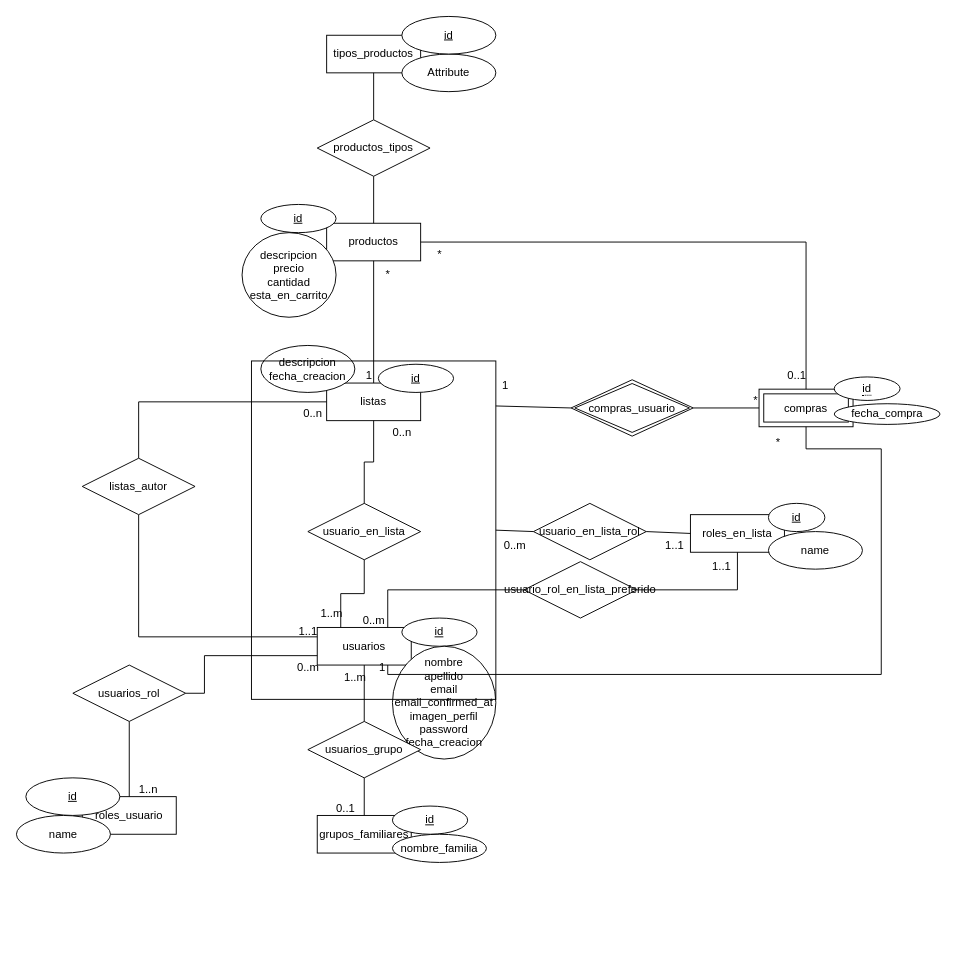
Above: DER.drawio in eghar2001/Soporte-TareaROI (draw.io), before the change. Source tidied: cells renumbered, new cells numbered last; positions are measured from the earlier drawing's top-left corner, leaving out a move shared by most shapes. Both pictures are drawn from the tidied source at 94%, with x=0, y=0 at pixel (16, 16).
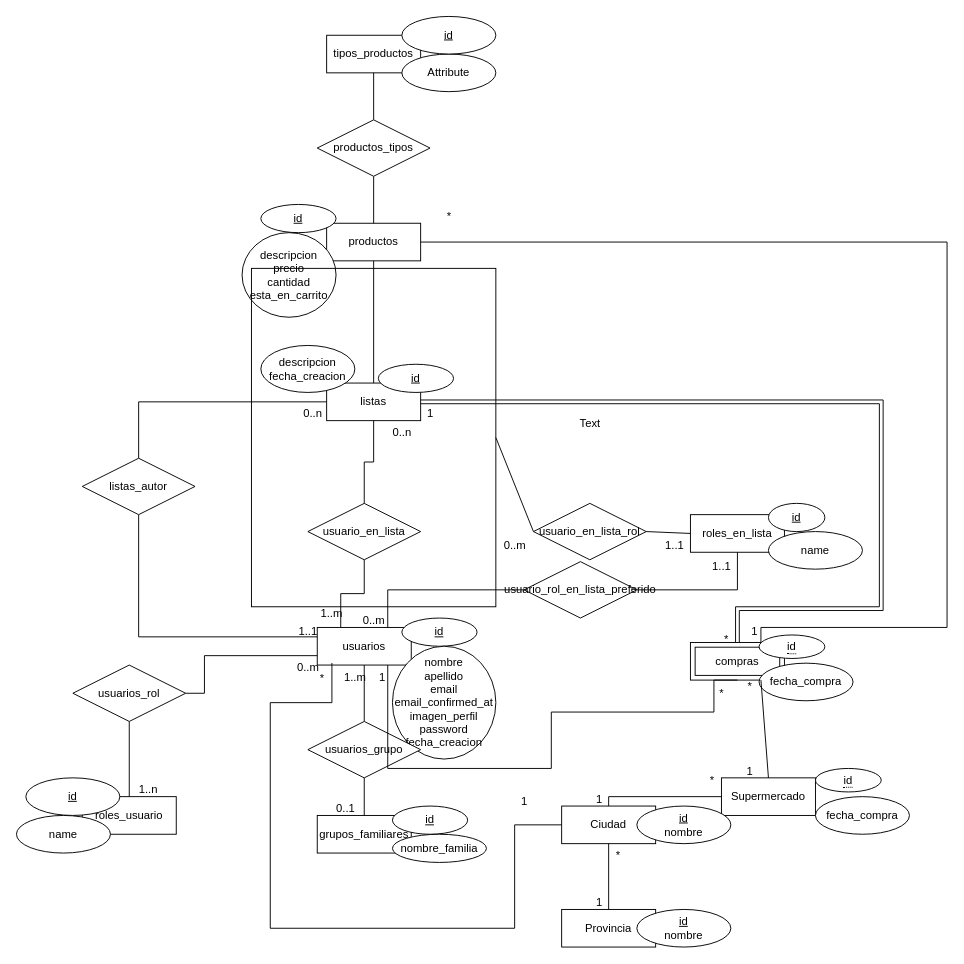
Above is the later version.

The change refers to these unchanged cells:
```xml
<mxCell id="2" value="productos" style="whiteSpace=wrap;html=1;align=center;" parent="1" vertex="1">
  <mxGeometry x="330" y="220" width="100" height="40" as="geometry" />
</mxCell>
<mxCell id="5" value="listas" style="whiteSpace=wrap;html=1;align=center;" parent="1" vertex="1">
  <mxGeometry x="330" y="390" width="100" height="40" as="geometry" />
</mxCell>
<mxCell id="11" value="usuarios" style="whiteSpace=wrap;html=1;align=center;" parent="1" vertex="1">
  <mxGeometry x="320" y="650" width="100" height="40" as="geometry" />
</mxCell>
<mxCell id="36" value="1..m" style="text;html=1;align=center;verticalAlign=middle;points=[];strokeColor=none;fillColor=none;" parent="1" vertex="1">
  <mxGeometry x="335" y="688" width="50" height="30" as="geometry" />
</mxCell>
```

What changed in the source:
```diff
@@
     <mxCell id="38" style="rounded=0;whiteSpace=wrap;html=1;fillColor=none;" parent="1" vertex="1">
-      <mxGeometry x="250" y="366.5" width="260" height="360" as="geometry" />
+      <mxGeometry x="250" y="268" width="260" height="360" as="geometry" />
     </mxCell>
@@
     <mxCell id="58" value="compras" style="shape=ext;margin=3;double=1;whiteSpace=wrap;html=1;align=center;" parent="1" vertex="1">
-      <mxGeometry x="790" y="396.5" width="100" height="40" as="geometry" />
+      <mxGeometry x="717" y="666" width="100" height="40" as="geometry" />
     </mxCell>
     <mxCell id="59" value="&lt;span style=&quot;border-bottom: 1px dotted&quot;&gt;id&lt;/span&gt;" style="ellipse;whiteSpace=wrap;html=1;align=center;" parent="1" vertex="1">
-      <mxGeometry x="870" y="383.5" width="70" height="25" as="geometry" />
+      <mxGeometry x="790" y="658" width="70" height="25" as="geometry" />
     </mxCell>
-    <mxCell id="60" style="endArrow=none;html=1;rounded=0;entryX=0;entryY=0.5;entryDx=0;entryDy=0;exitX=1;exitY=0.5;exitDx=0;exitDy=0;" parent="1" edge="1" source="63" target="58">
-      <mxGeometry relative="1" as="geometry" />
-    </mxCell>
-    <mxCell id="61" value="*" style="html=1;whiteSpace=wrap;align=right;verticalAlign=bottom;" parent="60" vertex="1">
-      <mxGeometry x="1" relative="1" as="geometry" />
-    </mxCell>
-    <mxCell id="62" style="endArrow=none;html=1;rounded=0;entryX=0;entryY=0.5;entryDx=0;entryDy=0;exitX=1;exitY=0.133;exitDx=0;exitDy=0;exitPerimeter=0;" parent="1" edge="1" source="38" target="63">
-      <mxGeometry relative="1" as="geometry" />
-    </mxCell>
-    <mxCell id="63" value="compras_usuario" style="shape=rhombus;double=1;perimeter=rhombusPerimeter;whiteSpace=wrap;html=1;align=center;" parent="1" vertex="1">
-      <mxGeometry x="590" y="386.5" width="130" height="60" as="geometry" />
-    </mxCell>
-    <mxCell id="64" value="1" style="text;html=1;align=center;verticalAlign=middle;strokeColor=none;fillColor=none;" parent="1" vertex="1">
-      <mxGeometry x="505" y="378" width="30" height="30" as="geometry" />
-    </mxCell>
-    <mxCell id="65" value="fecha_compra" style="ellipse;whiteSpace=wrap;html=1;align=center;" parent="1" vertex="1">
-      <mxGeometry x="870" y="412" width="112.5" height="22" as="geometry" />
-    </mxCell>
+    <mxCell id="74" value="fecha_compra" style="ellipse;whiteSpace=wrap;html=1;align=center;" parent="1" vertex="1">
+      <mxGeometry x="790" y="688" width="100" height="40" as="geometry" />
+    </mxCell>
+    <mxCell id="75" style="endArrow=none;html=1;rounded=0;entryX=0.5;entryY=0;entryDx=0;entryDy=0;exitX=1;exitY=0.5;exitDx=0;exitDy=0;edgeStyle=orthogonalEdgeStyle;shape=link;" parent="1" edge="1" source="5" target="58">
+      <mxGeometry relative="1" as="geometry">
+        <Array as="points">
+          <mxPoint x="920" y="410" />
+          <mxPoint x="920" y="630" />
+          <mxPoint x="767" y="630" />
+        </Array>
+      </mxGeometry>
+    </mxCell>
+    <mxCell id="76" style="endArrow=none;html=1;rounded=0;exitX=0.5;exitY=1;exitDx=0;exitDy=0;entryX=0.75;entryY=1;entryDx=0;entryDy=0;edgeStyle=orthogonalEdgeStyle;" parent="1" edge="1" source="58" target="11">
+      <mxGeometry relative="1" as="geometry">
+        <Array as="points">
+          <mxPoint x="742" y="706" />
+          <mxPoint x="742" y="740" />
+          <mxPoint x="569" y="740" />
+          <mxPoint x="569" y="800" />
+          <mxPoint x="395" y="800" />
+        </Array>
+      </mxGeometry>
+    </mxCell>
+    <mxCell id="77" value="1" style="text;html=1;align=center;verticalAlign=middle;strokeColor=none;fillColor=none;" parent="1" vertex="1">
+      <mxGeometry x="425" y="408" width="30" height="30" as="geometry" />
+    </mxCell>
+    <mxCell id="78" value="*" style="text;html=1;align=center;verticalAlign=middle;strokeColor=none;fillColor=none;" parent="1" vertex="1">
+      <mxGeometry x="740" y="648" width="30" height="30" as="geometry" />
+    </mxCell>
+    <mxCell id="79" value="1" style="text;html=1;align=center;verticalAlign=middle;strokeColor=none;fillColor=none;" parent="1" vertex="1">
+      <mxGeometry x="374" y="688" width="30" height="30" as="geometry" />
+    </mxCell>
+    <mxCell id="80" value="*" style="text;html=1;align=center;verticalAlign=middle;strokeColor=none;fillColor=none;" parent="1" vertex="1">
+      <mxGeometry x="735" y="706" width="30" height="30" as="geometry" />
+    </mxCell>
+    <mxCell id="81" value="&lt;blockquote style=&quot;margin: 0 0 0 40px; border: none; padding: 0px;&quot;&gt;Text&lt;/blockquote&gt;" style="text;html=1;align=center;verticalAlign=middle;strokeColor=none;fillColor=none;" parent="1" vertex="1">
+      <mxGeometry x="545" y="418" width="90" height="30" as="geometry" />
+    </mxCell>
+    <mxCell id="82" value="Supermercado" style="whiteSpace=wrap;html=1;align=center;" parent="1" vertex="1">
+      <mxGeometry x="750" y="810" width="100" height="40" as="geometry" />
+    </mxCell>
+    <mxCell id="83" style="endArrow=none;html=1;rounded=0;exitX=0.5;exitY=0;exitDx=0;exitDy=0;entryX=0.75;entryY=1;entryDx=0;entryDy=0;" parent="1" edge="1" source="82" target="58">
+      <mxGeometry relative="1" as="geometry" />
+    </mxCell>
+    <mxCell id="84" value="&lt;span style=&quot;border-bottom: 1px dotted&quot;&gt;id&lt;/span&gt;" style="ellipse;whiteSpace=wrap;html=1;align=center;" parent="1" vertex="1">
+      <mxGeometry x="850" y="800" width="70" height="25" as="geometry" />
+    </mxCell>
+    <mxCell id="85" value="fecha_compra" style="ellipse;whiteSpace=wrap;html=1;align=center;" parent="1" vertex="1">
+      <mxGeometry x="850" y="830" width="100" height="40" as="geometry" />
+    </mxCell>
-    <mxCell id="66" style="endArrow=none;html=1;rounded=0;exitX=1;exitY=0.5;exitDx=0;exitDy=0;entryX=0.5;entryY=0;entryDx=0;entryDy=0;edgeStyle=orthogonalEdgeStyle;" parent="1" edge="1" source="2" target="58">
-      <mxGeometry relative="1" as="geometry" />
+    <mxCell id="66" style="endArrow=none;html=1;rounded=0;entryX=0.75;entryY=0;entryDx=0;entryDy=0;exitX=1;exitY=0.5;exitDx=0;exitDy=0;edgeStyle=orthogonalEdgeStyle;" parent="1" edge="1" source="2" target="58">
+      <mxGeometry relative="1" as="geometry">
+        <Array as="points">
+          <mxPoint x="990" y="240" />
+          <mxPoint x="990" y="650" />
+          <mxPoint x="792" y="650" />
+        </Array>
+      </mxGeometry>
     </mxCell>
-    <mxCell id="67" value="*" style="text;html=1;align=center;verticalAlign=middle;strokeColor=none;fillColor=none;" parent="1" vertex="1">
-      <mxGeometry x="380" y="260" width="30" height="30" as="geometry" />
-    </mxCell>
-    <mxCell id="68" value="1" style="text;html=1;align=center;verticalAlign=middle;strokeColor=none;fillColor=none;" parent="1" vertex="1">
-      <mxGeometry x="360" y="366.5" width="30" height="30" as="geometry" />
-    </mxCell>
-    <mxCell id="69" value="*" style="text;html=1;align=center;verticalAlign=middle;strokeColor=none;fillColor=none;" parent="1" vertex="1">
-      <mxGeometry x="435" y="238" width="30" height="30" as="geometry" />
-    </mxCell>
-    <mxCell id="70" value="0..1" style="text;html=1;align=center;verticalAlign=middle;strokeColor=none;fillColor=none;" parent="1" vertex="1">
-      <mxGeometry x="810" y="366.5" width="40" height="30" as="geometry" />
-    </mxCell>
-    <mxCell id="71" style="endArrow=none;html=1;rounded=0;entryX=0.5;entryY=1;entryDx=0;entryDy=0;exitX=0.75;exitY=1;exitDx=0;exitDy=0;edgeStyle=orthogonalEdgeStyle;" parent="1" edge="1" source="11" target="58">
-      <mxGeometry relative="1" as="geometry">
-        <Array as="points">
-          <mxPoint x="395" y="700" />
-          <mxPoint x="920" y="700" />
-          <mxPoint x="920" y="460" />
-          <mxPoint x="840" y="460" />
-        </Array>
-      </mxGeometry>
-    </mxCell>
-    <mxCell id="72" value="*" style="text;html=1;align=center;verticalAlign=middle;strokeColor=none;fillColor=none;" parent="1" vertex="1">
-      <mxGeometry x="795" y="438" width="30" height="30" as="geometry" />
-    </mxCell>
-    <mxCell id="73" value="1" style="text;html=1;align=center;verticalAlign=middle;strokeColor=none;fillColor=none;" parent="1" vertex="1">
-      <mxGeometry x="374" y="678" width="30" height="30" as="geometry" />
-    </mxCell>
+    <mxCell id="86" value="*" style="text;html=1;align=center;verticalAlign=middle;strokeColor=none;fillColor=none;" parent="1" vertex="1">
+      <mxGeometry x="445" y="198" width="30" height="30" as="geometry" />
+    </mxCell>
+    <mxCell id="87" value="1" style="text;html=1;align=center;verticalAlign=middle;strokeColor=none;fillColor=none;" parent="1" vertex="1">
+      <mxGeometry x="770" y="640" width="30" height="30" as="geometry" />
+    </mxCell>
+    <mxCell id="88" value="Ciudad" style="whiteSpace=wrap;html=1;align=center;" parent="1" vertex="1">
+      <mxGeometry x="580" y="840" width="100" height="40" as="geometry" />
+    </mxCell>
+    <mxCell id="89" value="&lt;u&gt;id&lt;/u&gt;&lt;br&gt;nombre" style="ellipse;whiteSpace=wrap;html=1;align=center;" parent="1" vertex="1">
+      <mxGeometry x="660" y="840" width="100" height="40" as="geometry" />
+    </mxCell>
+    <mxCell id="90" value="Provincia" style="whiteSpace=wrap;html=1;align=center;" parent="1" vertex="1">
+      <mxGeometry x="580" y="950" width="100" height="40" as="geometry" />
+    </mxCell>
+    <mxCell id="91" style="endArrow=none;html=1;rounded=0;exitX=0.5;exitY=1;exitDx=0;exitDy=0;entryX=0.5;entryY=0;entryDx=0;entryDy=0;" parent="1" edge="1" source="88" target="90">
+      <mxGeometry relative="1" as="geometry" />
+    </mxCell>
+    <mxCell id="92" value="&lt;u&gt;id&lt;/u&gt;&lt;br&gt;nombre" style="ellipse;whiteSpace=wrap;html=1;align=center;" parent="1" vertex="1">
+      <mxGeometry x="660" y="950" width="100" height="40" as="geometry" />
+    </mxCell>
+    <mxCell id="93" style="endArrow=none;html=1;rounded=0;exitX=0.5;exitY=0;exitDx=0;exitDy=0;entryX=0;entryY=0.5;entryDx=0;entryDy=0;edgeStyle=orthogonalEdgeStyle;" parent="1" edge="1" source="88" target="82">
+      <mxGeometry relative="1" as="geometry" />
+    </mxCell>
+    <mxCell id="94" value="*" style="text;html=1;align=center;verticalAlign=middle;strokeColor=none;fillColor=none;" parent="1" vertex="1">
+      <mxGeometry x="725" y="798" width="30" height="30" as="geometry" />
+    </mxCell>
+    <mxCell id="95" value="1" style="text;html=1;align=center;verticalAlign=middle;strokeColor=none;fillColor=none;" parent="1" vertex="1">
+      <mxGeometry x="605" y="818" width="30" height="30" as="geometry" />
+    </mxCell>
+    <mxCell id="96" value="*" style="text;html=1;align=center;verticalAlign=middle;strokeColor=none;fillColor=none;" parent="1" vertex="1">
+      <mxGeometry x="625" y="878" width="30" height="30" as="geometry" />
+    </mxCell>
+    <mxCell id="97" value="1" style="text;html=1;align=center;verticalAlign=middle;strokeColor=none;fillColor=none;" parent="1" vertex="1">
+      <mxGeometry x="605" y="928" width="30" height="30" as="geometry" />
+    </mxCell>
+    <mxCell id="98" style="endArrow=none;html=1;rounded=0;exitX=0;exitY=0.5;exitDx=0;exitDy=0;entryX=0.012;entryY=-0.007;entryDx=0;entryDy=0;entryPerimeter=0;edgeStyle=orthogonalEdgeStyle;" parent="1" edge="1" source="88" target="36">
+      <mxGeometry relative="1" as="geometry">
+        <Array as="points">
+          <mxPoint x="530" y="860" />
+          <mxPoint x="530" y="970" />
+          <mxPoint x="270" y="970" />
+          <mxPoint x="270" y="730" />
+          <mxPoint x="336" y="730" />
+        </Array>
+      </mxGeometry>
+    </mxCell>
+    <mxCell id="99" value="1" style="text;html=1;align=center;verticalAlign=middle;strokeColor=none;fillColor=none;" parent="1" vertex="1">
+      <mxGeometry x="525" y="820" width="30" height="30" as="geometry" />
+    </mxCell>
+    <mxCell id="100" value="*" style="text;html=1;align=center;verticalAlign=middle;strokeColor=none;fillColor=none;" parent="1" vertex="1">
+      <mxGeometry x="310" y="690" width="30" height="30" as="geometry" />
+    </mxCell>
+    <mxCell id="101" value="1" style="text;html=1;align=center;verticalAlign=middle;strokeColor=none;fillColor=none;" parent="1" vertex="1">
+      <mxGeometry x="765" y="788" width="30" height="30" as="geometry" />
+    </mxCell>
+    <mxCell id="102" value="*" style="text;html=1;align=center;verticalAlign=middle;strokeColor=none;fillColor=none;" parent="1" vertex="1">
+      <mxGeometry x="765" y="698" width="30" height="30" as="geometry" />
+    </mxCell>
```
